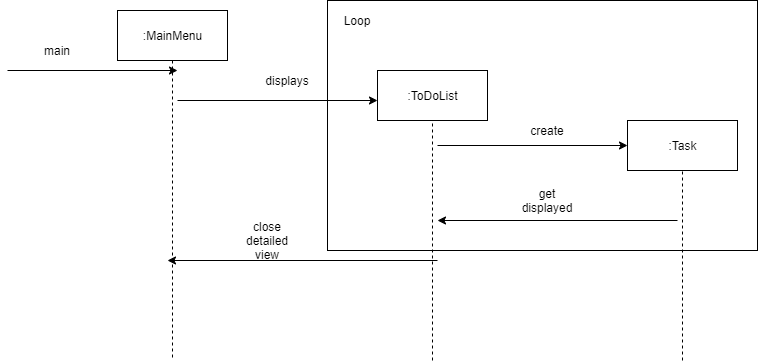
Earlier version of the draw.io export src/main/resources/UML/Sequenzdiagramme/Sequenzdiagramm Create ToDoList Task.png (Hannes5612/OrgaTool). Source tidied: cells renumbered, new cells last; positions are measured from the earlier drawing's top-left corner, leaving out a move shared by most shapes.
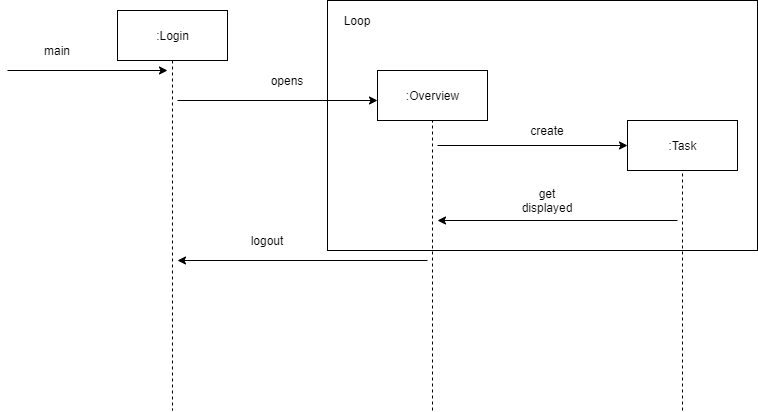
After the change.

The edit, as a diff of the source:
```diff
@@ -5,20 +5,20 @@
     <mxCell id="2" style="rounded=0;whiteSpace=wrap;html=1;" parent="1" vertex="1">
       <mxGeometry x="320" width="430" height="250" as="geometry" />
     </mxCell>
-    <mxCell id="3" value=":MainMenu" style="html=1;" parent="1" vertex="1">
+    <mxCell id="3" value=":Login" style="html=1;" parent="1" vertex="1">
       <mxGeometry x="110" y="10" width="110" height="50" as="geometry" />
     </mxCell>
     <mxCell id="4" style="endArrow=none;dashed=1;html=1;exitX=0.5;exitY=1;exitDx=0;exitDy=0;" parent="1" edge="1" source="3">
       <mxGeometry relative="1" as="geometry">
-        <mxPoint x="165" y="360" as="targetPoint" />
+        <mxPoint x="165" y="410" as="targetPoint" />
       </mxGeometry>
     </mxCell>
-    <mxCell id="5" value=":ToDoList" style="html=1;" parent="1" vertex="1">
+    <mxCell id="5" value=":Overview" style="html=1;" parent="1" vertex="1">
       <mxGeometry x="370" y="70" width="110" height="50" as="geometry" />
     </mxCell>
     <mxCell id="6" style="endArrow=none;dashed=1;html=1;entryX=0.5;entryY=1;entryDx=0;entryDy=0;" parent="1" edge="1" target="5">
       <mxGeometry relative="1" as="geometry">
-        <mxPoint x="425" y="360" as="sourcePoint" />
+        <mxPoint x="425" y="410" as="sourcePoint" />
       </mxGeometry>
     </mxCell>
     <mxCell id="7" style="endArrow=classic;html=1;" parent="1" edge="1">
@@ -30,13 +30,13 @@
     <mxCell id="8" style="endArrow=classic;html=1;" parent="1" edge="1">
       <mxGeometry relative="1" as="geometry">
         <mxPoint y="70" as="sourcePoint" />
-        <mxPoint x="170" y="70" as="targetPoint" />
+        <mxPoint x="160" y="70" as="targetPoint" />
       </mxGeometry>
     </mxCell>
     <mxCell id="9" value="main" style="text;html=1;strokeColor=none;fillColor=none;align=center;verticalAlign=middle;whiteSpace=wrap;rounded=0;" parent="1" vertex="1">
       <mxGeometry x="30" y="40" width="40" height="20" as="geometry" />
     </mxCell>
-    <mxCell id="10" value="displays" style="text;html=1;strokeColor=none;fillColor=none;align=center;verticalAlign=middle;whiteSpace=wrap;rounded=0;" parent="1" vertex="1">
+    <mxCell id="10" value="opens" style="text;html=1;strokeColor=none;fillColor=none;align=center;verticalAlign=middle;whiteSpace=wrap;rounded=0;" parent="1" vertex="1">
       <mxGeometry x="260" y="70" width="40" height="20" as="geometry" />
     </mxCell>
     <mxCell id="11" value=":Task" style="html=1;" parent="1" vertex="1">
@@ -52,7 +52,7 @@
     </mxCell>
     <mxCell id="14" style="endArrow=none;dashed=1;html=1;entryX=0.5;entryY=1;entryDx=0;entryDy=0;" parent="1" edge="1" target="11">
       <mxGeometry relative="1" as="geometry">
-        <mxPoint x="675" y="360" as="sourcePoint" />
+        <mxPoint x="675" y="410" as="sourcePoint" />
       </mxGeometry>
     </mxCell>
     <mxCell id="15" style="endArrow=classic;html=1;" parent="1" edge="1">
@@ -69,11 +69,11 @@
     </mxCell>
     <mxCell id="18" style="endArrow=classic;html=1;" parent="1" edge="1">
       <mxGeometry relative="1" as="geometry">
-        <mxPoint x="430" y="260" as="sourcePoint" />
-        <mxPoint x="160" y="260" as="targetPoint" />
+        <mxPoint x="420" y="260" as="sourcePoint" />
+        <mxPoint x="170" y="260" as="targetPoint" />
       </mxGeometry>
     </mxCell>
-    <mxCell id="19" value="close detailed view" style="text;html=1;strokeColor=none;fillColor=none;align=center;verticalAlign=middle;whiteSpace=wrap;rounded=0;" parent="1" vertex="1">
+    <mxCell id="19" value="logout" style="text;html=1;strokeColor=none;fillColor=none;align=center;verticalAlign=middle;whiteSpace=wrap;rounded=0;" parent="1" vertex="1">
       <mxGeometry x="240" y="230" width="40" height="20" as="geometry" />
     </mxCell>
   </root>
```
